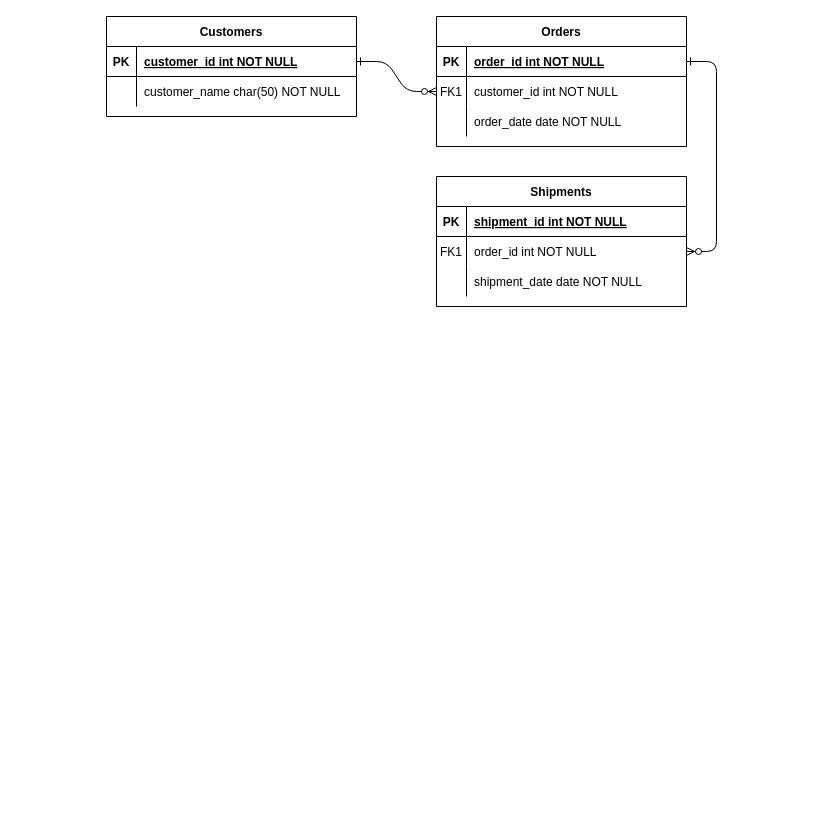
This is page "Page-1" (1 of 2) of Untitled Diagram.drawio from AllisonWChoy/BF768-FIADBProject, a draw.io file, before an edit. Source tidied: cells renumbered, new cells numbered last; positions are measured from the earlier drawing's top-left corner, leaving out a move shared by most shapes. Both pictures are drawn from the tidied source at 100%, with x=0, y=0 at pixel (106, 16).
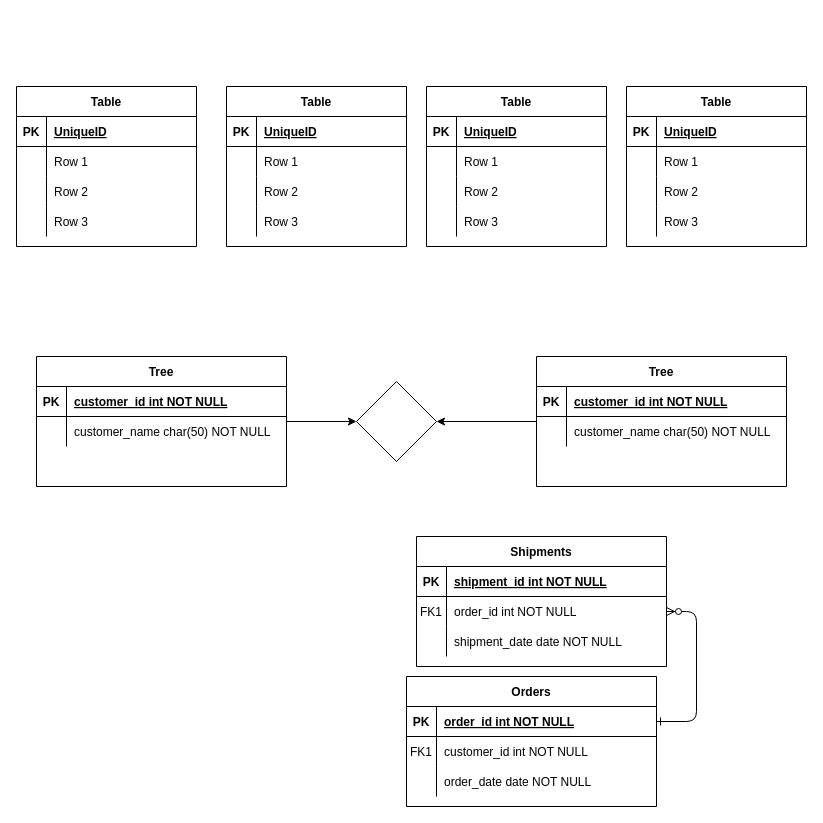
The same diagram, later.

The change refers to these unchanged cells:
```xml
<mxCell id="8" style="shape=partialRectangle;fillColor=none;points=[[0,0.5],[1,0.5]];portConstraint=eastwest;top=0;left=0;right=0;bottom=0;" parent="4" vertex="1">
  <mxGeometry y="60" width="250" height="30" as="geometry" />
</mxCell>
<mxCell id="25" style="shape=partialRectangle;fillColor=none;points=[[0,0.5],[1,0.5]];portConstraint=eastwest;top=0;left=0;right=0;bottom=1;" parent="24" vertex="1">
  <mxGeometry y="30" width="250" height="30" as="geometry" />
</mxCell>
```

What changed in the source:
```diff
@@
-    <mxCell id="2" style="edgeStyle=entityRelationEdgeStyle;endArrow=ERzeroToMany;startArrow=ERone;endFill=1;startFill=0;" parent="1" edge="1" source="25" target="8">
-      <mxGeometry relative="1" as="geometry" />
-    </mxCell>
@@
     <mxCell id="4" value="Orders" style="shape=table;startSize=30;childLayout=tableLayout;rowLines=0;fontStyle=1;align=center;" parent="1" vertex="1">
-      <mxGeometry x="330" width="250" height="130" as="geometry" />
+      <mxGeometry x="300" y="660" width="250" height="130" as="geometry" />
     </mxCell>
@@
     <mxCell id="14" value="Shipments" style="shape=table;startSize=30;childLayout=tableLayout;rowLines=0;fontStyle=1;align=center;" parent="1" vertex="1">
-      <mxGeometry x="330" y="160" width="250" height="130" as="geometry" />
+      <mxGeometry x="310" y="520" width="250" height="130" as="geometry" />
     </mxCell>
@@
+    <mxCell id="31" style="edgeStyle=orthogonalEdgeStyle;rounded=0;jettySize=auto;html=1;" parent="1" edge="1" source="24" target="32">
+      <mxGeometry relative="1" as="geometry" />
+    </mxCell>
-    <mxCell id="24" value="Customers" style="shape=table;startSize=30;childLayout=tableLayout;rowLines=0;fontStyle=1;align=center;" parent="1" vertex="1">
-      <mxGeometry width="250" height="100" as="geometry" />
+    <mxCell id="24" value="Tree" style="shape=table;startSize=30;childLayout=tableLayout;rowLines=0;fontStyle=1;align=center;" parent="1" vertex="1">
+      <mxGeometry x="-70" y="340" width="250" height="130" as="geometry" />
     </mxCell>
@@
+    <mxCell id="32" style="rhombus;whiteSpace=wrap;html=1;startSize=30;fontStyle=1;" parent="1" vertex="1">
+      <mxGeometry x="250" y="365" width="80" height="80" as="geometry" />
+    </mxCell>
+    <mxCell id="33" value="Tree" style="shape=table;startSize=30;childLayout=tableLayout;rowLines=0;fontStyle=1;align=center;" parent="1" vertex="1">
+      <mxGeometry x="430" y="340" width="250" height="130" as="geometry" />
+    </mxCell>
+    <mxCell id="34" style="shape=partialRectangle;fillColor=none;top=0;left=0;right=0;bottom=1;" parent="33" vertex="1">
+      <mxGeometry y="30" width="250" height="30" as="geometry" />
+    </mxCell>
+    <mxCell id="35" value="PK" style="shape=partialRectangle;overflow=hidden;fillColor=none;top=0;left=0;bottom=0;right=0;fontStyle=1;" parent="34" vertex="1">
+      <mxGeometry width="30" height="30" as="geometry" />
+    </mxCell>
+    <mxCell id="36" value="customer_id int NOT NULL " style="shape=partialRectangle;overflow=hidden;fillColor=none;top=0;left=0;bottom=0;right=0;align=left;spacingLeft=6;fontStyle=5;" parent="34" vertex="1">
+      <mxGeometry x="30" width="220" height="30" as="geometry" />
+    </mxCell>
+    <mxCell id="37" style="shape=partialRectangle;fillColor=none;points=[[0,0.5],[1,0.5]];portConstraint=eastwest;top=0;left=0;right=0;bottom=0;" parent="33" vertex="1">
+      <mxGeometry y="60" width="250" height="30" as="geometry" />
+    </mxCell>
+    <mxCell id="38" style="shape=partialRectangle;overflow=hidden;fillColor=none;top=0;left=0;bottom=0;right=0;" parent="37" vertex="1">
+      <mxGeometry width="30" height="30" as="geometry" />
+    </mxCell>
+    <mxCell id="39" value="customer_name char(50) NOT NULL" style="shape=partialRectangle;overflow=hidden;fillColor=none;top=0;left=0;bottom=0;right=0;align=left;spacingLeft=6;" parent="37" vertex="1">
+      <mxGeometry x="30" width="220" height="30" as="geometry" />
+    </mxCell>
+    <mxCell id="40" style="edgeStyle=orthogonalEdgeStyle;rounded=0;jettySize=auto;html=1;exitX=0;exitY=0.5;exitDx=0;exitDy=0;entryX=1;entryY=0.5;entryDx=0;entryDy=0;" parent="1" edge="1" source="37" target="32">
+      <mxGeometry relative="1" as="geometry">
+        <Array as="points">
+          <mxPoint x="430" y="405" />
+        </Array>
+      </mxGeometry>
+    </mxCell>
+    <mxCell id="41" value="Table" style="shape=table;startSize=30;childLayout=tableLayout;rowLines=0;fontStyle=1;align=center;" parent="1" vertex="1">
+      <mxGeometry x="-90" y="70" width="180" height="160" as="geometry" />
+    </mxCell>
+    <mxCell id="42" style="shape=tableRow;horizontal=0;startSize=0;swimlaneHead=0;swimlaneBody=0;fillColor=none;top=0;left=0;right=0;bottom=1;" parent="41" vertex="1">
+      <mxGeometry y="30" width="180" height="30" as="geometry" />
+    </mxCell>
+    <mxCell id="43" value="PK" style="shape=partialRectangle;fillColor=none;top=0;left=0;bottom=0;right=0;fontStyle=1;overflow=hidden;" parent="42" vertex="1">
+      <mxGeometry width="30" height="30" as="geometry" />
+    </mxCell>
+    <mxCell id="44" value="UniqueID" style="shape=partialRectangle;fillColor=none;top=0;left=0;bottom=0;right=0;align=left;spacingLeft=6;fontStyle=5;overflow=hidden;" parent="42" vertex="1">
+      <mxGeometry x="30" width="150" height="30" as="geometry" />
+    </mxCell>
+    <mxCell id="45" style="shape=tableRow;horizontal=0;startSize=0;swimlaneHead=0;swimlaneBody=0;fillColor=none;top=0;left=0;right=0;bottom=0;" parent="41" vertex="1">
+      <mxGeometry y="60" width="180" height="30" as="geometry" />
+    </mxCell>
+    <mxCell id="46" style="shape=partialRectangle;fillColor=none;top=0;left=0;bottom=0;right=0;overflow=hidden;" parent="45" vertex="1">
+      <mxGeometry width="30" height="30" as="geometry" />
+    </mxCell>
+    <mxCell id="47" value="Row 1" style="shape=partialRectangle;fillColor=none;top=0;left=0;bottom=0;right=0;align=left;spacingLeft=6;overflow=hidden;" parent="45" vertex="1">
+      <mxGeometry x="30" width="150" height="30" as="geometry" />
+    </mxCell>
+    <mxCell id="48" style="shape=tableRow;horizontal=0;startSize=0;swimlaneHead=0;swimlaneBody=0;fillColor=none;top=0;left=0;right=0;bottom=0;" parent="41" vertex="1">
+      <mxGeometry y="90" width="180" height="30" as="geometry" />
+    </mxCell>
+    <mxCell id="49" style="shape=partialRectangle;fillColor=none;top=0;left=0;bottom=0;right=0;overflow=hidden;" parent="48" vertex="1">
+      <mxGeometry width="30" height="30" as="geometry" />
+    </mxCell>
+    <mxCell id="50" value="Row 2" style="shape=partialRectangle;fillColor=none;top=0;left=0;bottom=0;right=0;align=left;spacingLeft=6;overflow=hidden;" parent="48" vertex="1">
+      <mxGeometry x="30" width="150" height="30" as="geometry" />
+    </mxCell>
+    <mxCell id="51" style="shape=tableRow;horizontal=0;startSize=0;swimlaneHead=0;swimlaneBody=0;fillColor=none;top=0;left=0;right=0;bottom=0;" parent="41" vertex="1">
+      <mxGeometry y="120" width="180" height="30" as="geometry" />
+    </mxCell>
+    <mxCell id="52" style="shape=partialRectangle;fillColor=none;top=0;left=0;bottom=0;right=0;overflow=hidden;" parent="51" vertex="1">
+      <mxGeometry width="30" height="30" as="geometry" />
+    </mxCell>
+    <mxCell id="53" value="Row 3" style="shape=partialRectangle;fillColor=none;top=0;left=0;bottom=0;right=0;align=left;spacingLeft=6;overflow=hidden;" parent="51" vertex="1">
+      <mxGeometry x="30" width="150" height="30" as="geometry" />
+    </mxCell>
+    <mxCell id="54" value="Table" style="shape=table;startSize=30;childLayout=tableLayout;rowLines=0;fontStyle=1;align=center;" parent="1" vertex="1">
+      <mxGeometry x="120" y="70" width="180" height="160" as="geometry" />
+    </mxCell>
+    <mxCell id="55" style="shape=tableRow;horizontal=0;startSize=0;swimlaneHead=0;swimlaneBody=0;fillColor=none;top=0;left=0;right=0;bottom=1;" parent="54" vertex="1">
+      <mxGeometry y="30" width="180" height="30" as="geometry" />
+    </mxCell>
+    <mxCell id="56" value="PK" style="shape=partialRectangle;fillColor=none;top=0;left=0;bottom=0;right=0;fontStyle=1;overflow=hidden;" parent="55" vertex="1">
+      <mxGeometry width="30" height="30" as="geometry" />
+    </mxCell>
+    <mxCell id="57" value="UniqueID" style="shape=partialRectangle;fillColor=none;top=0;left=0;bottom=0;right=0;align=left;spacingLeft=6;fontStyle=5;overflow=hidden;" parent="55" vertex="1">
+      <mxGeometry x="30" width="150" height="30" as="geometry" />
+    </mxCell>
+    <mxCell id="58" style="shape=tableRow;horizontal=0;startSize=0;swimlaneHead=0;swimlaneBody=0;fillColor=none;top=0;left=0;right=0;bottom=0;" parent="54" vertex="1">
+      <mxGeometry y="60" width="180" height="30" as="geometry" />
+    </mxCell>
+    <mxCell id="59" style="shape=partialRectangle;fillColor=none;top=0;left=0;bottom=0;right=0;overflow=hidden;" parent="58" vertex="1">
+      <mxGeometry width="30" height="30" as="geometry" />
+    </mxCell>
+    <mxCell id="60" value="Row 1" style="shape=partialRectangle;fillColor=none;top=0;left=0;bottom=0;right=0;align=left;spacingLeft=6;overflow=hidden;" parent="58" vertex="1">
+      <mxGeometry x="30" width="150" height="30" as="geometry" />
+    </mxCell>
+    <mxCell id="61" style="shape=tableRow;horizontal=0;startSize=0;swimlaneHead=0;swimlaneBody=0;fillColor=none;top=0;left=0;right=0;bottom=0;" parent="54" vertex="1">
+      <mxGeometry y="90" width="180" height="30" as="geometry" />
+    </mxCell>
+    <mxCell id="62" style="shape=partialRectangle;fillColor=none;top=0;left=0;bottom=0;right=0;overflow=hidden;" parent="61" vertex="1">
+      <mxGeometry width="30" height="30" as="geometry" />
+    </mxCell>
+    <mxCell id="63" value="Row 2" style="shape=partialRectangle;fillColor=none;top=0;left=0;bottom=0;right=0;align=left;spacingLeft=6;overflow=hidden;" parent="61" vertex="1">
+      <mxGeometry x="30" width="150" height="30" as="geometry" />
+    </mxCell>
+    <mxCell id="64" style="shape=tableRow;horizontal=0;startSize=0;swimlaneHead=0;swimlaneBody=0;fillColor=none;top=0;left=0;right=0;bottom=0;" parent="54" vertex="1">
+      <mxGeometry y="120" width="180" height="30" as="geometry" />
+    </mxCell>
+    <mxCell id="65" style="shape=partialRectangle;fillColor=none;top=0;left=0;bottom=0;right=0;overflow=hidden;" parent="64" vertex="1">
+      <mxGeometry width="30" height="30" as="geometry" />
+    </mxCell>
+    <mxCell id="66" value="Row 3" style="shape=partialRectangle;fillColor=none;top=0;left=0;bottom=0;right=0;align=left;spacingLeft=6;overflow=hidden;" parent="64" vertex="1">
+      <mxGeometry x="30" width="150" height="30" as="geometry" />
+    </mxCell>
+    <mxCell id="67" value="Table" style="shape=table;startSize=30;childLayout=tableLayout;rowLines=0;fontStyle=1;align=center;" parent="1" vertex="1">
+      <mxGeometry x="320" y="70" width="180" height="160" as="geometry" />
+    </mxCell>
+    <mxCell id="68" style="shape=tableRow;horizontal=0;startSize=0;swimlaneHead=0;swimlaneBody=0;fillColor=none;top=0;left=0;right=0;bottom=1;" parent="67" vertex="1">
+      <mxGeometry y="30" width="180" height="30" as="geometry" />
+    </mxCell>
+    <mxCell id="69" value="PK" style="shape=partialRectangle;fillColor=none;top=0;left=0;bottom=0;right=0;fontStyle=1;overflow=hidden;" parent="68" vertex="1">
+      <mxGeometry width="30" height="30" as="geometry" />
+    </mxCell>
+    <mxCell id="70" value="UniqueID" style="shape=partialRectangle;fillColor=none;top=0;left=0;bottom=0;right=0;align=left;spacingLeft=6;fontStyle=5;overflow=hidden;" parent="68" vertex="1">
+      <mxGeometry x="30" width="150" height="30" as="geometry" />
+    </mxCell>
+    <mxCell id="71" style="shape=tableRow;horizontal=0;startSize=0;swimlaneHead=0;swimlaneBody=0;fillColor=none;top=0;left=0;right=0;bottom=0;" parent="67" vertex="1">
+      <mxGeometry y="60" width="180" height="30" as="geometry" />
+    </mxCell>
+    <mxCell id="72" style="shape=partialRectangle;fillColor=none;top=0;left=0;bottom=0;right=0;overflow=hidden;" parent="71" vertex="1">
+      <mxGeometry width="30" height="30" as="geometry" />
+    </mxCell>
+    <mxCell id="73" value="Row 1" style="shape=partialRectangle;fillColor=none;top=0;left=0;bottom=0;right=0;align=left;spacingLeft=6;overflow=hidden;" parent="71" vertex="1">
+      <mxGeometry x="30" width="150" height="30" as="geometry" />
+    </mxCell>
+    <mxCell id="74" style="shape=tableRow;horizontal=0;startSize=0;swimlaneHead=0;swimlaneBody=0;fillColor=none;top=0;left=0;right=0;bottom=0;" parent="67" vertex="1">
+      <mxGeometry y="90" width="180" height="30" as="geometry" />
+    </mxCell>
+    <mxCell id="75" style="shape=partialRectangle;fillColor=none;top=0;left=0;bottom=0;right=0;overflow=hidden;" parent="74" vertex="1">
+      <mxGeometry width="30" height="30" as="geometry" />
+    </mxCell>
+    <mxCell id="76" value="Row 2" style="shape=partialRectangle;fillColor=none;top=0;left=0;bottom=0;right=0;align=left;spacingLeft=6;overflow=hidden;" parent="74" vertex="1">
+      <mxGeometry x="30" width="150" height="30" as="geometry" />
+    </mxCell>
+    <mxCell id="77" style="shape=tableRow;horizontal=0;startSize=0;swimlaneHead=0;swimlaneBody=0;fillColor=none;top=0;left=0;right=0;bottom=0;" parent="67" vertex="1">
+      <mxGeometry y="120" width="180" height="30" as="geometry" />
+    </mxCell>
+    <mxCell id="78" style="shape=partialRectangle;fillColor=none;top=0;left=0;bottom=0;right=0;overflow=hidden;" parent="77" vertex="1">
+      <mxGeometry width="30" height="30" as="geometry" />
+    </mxCell>
+    <mxCell id="79" value="Row 3" style="shape=partialRectangle;fillColor=none;top=0;left=0;bottom=0;right=0;align=left;spacingLeft=6;overflow=hidden;" parent="77" vertex="1">
+      <mxGeometry x="30" width="150" height="30" as="geometry" />
+    </mxCell>
+    <mxCell id="80" value="Table" style="shape=table;startSize=30;childLayout=tableLayout;rowLines=0;fontStyle=1;align=center;" parent="1" vertex="1">
+      <mxGeometry x="520" y="70" width="180" height="160" as="geometry" />
+    </mxCell>
+    <mxCell id="81" style="shape=tableRow;horizontal=0;startSize=0;swimlaneHead=0;swimlaneBody=0;fillColor=none;top=0;left=0;right=0;bottom=1;" parent="80" vertex="1">
+      <mxGeometry y="30" width="180" height="30" as="geometry" />
+    </mxCell>
+    <mxCell id="82" value="PK" style="shape=partialRectangle;fillColor=none;top=0;left=0;bottom=0;right=0;fontStyle=1;overflow=hidden;" parent="81" vertex="1">
+      <mxGeometry width="30" height="30" as="geometry" />
+    </mxCell>
+    <mxCell id="83" value="UniqueID" style="shape=partialRectangle;fillColor=none;top=0;left=0;bottom=0;right=0;align=left;spacingLeft=6;fontStyle=5;overflow=hidden;" parent="81" vertex="1">
+      <mxGeometry x="30" width="150" height="30" as="geometry" />
+    </mxCell>
+    <mxCell id="84" style="shape=tableRow;horizontal=0;startSize=0;swimlaneHead=0;swimlaneBody=0;fillColor=none;top=0;left=0;right=0;bottom=0;" parent="80" vertex="1">
+      <mxGeometry y="60" width="180" height="30" as="geometry" />
+    </mxCell>
+    <mxCell id="85" style="shape=partialRectangle;fillColor=none;top=0;left=0;bottom=0;right=0;overflow=hidden;" parent="84" vertex="1">
+      <mxGeometry width="30" height="30" as="geometry" />
+    </mxCell>
+    <mxCell id="86" value="Row 1" style="shape=partialRectangle;fillColor=none;top=0;left=0;bottom=0;right=0;align=left;spacingLeft=6;overflow=hidden;" parent="84" vertex="1">
+      <mxGeometry x="30" width="150" height="30" as="geometry" />
+    </mxCell>
+    <mxCell id="87" style="shape=tableRow;horizontal=0;startSize=0;swimlaneHead=0;swimlaneBody=0;fillColor=none;top=0;left=0;right=0;bottom=0;" parent="80" vertex="1">
+      <mxGeometry y="90" width="180" height="30" as="geometry" />
+    </mxCell>
+    <mxCell id="88" style="shape=partialRectangle;fillColor=none;top=0;left=0;bottom=0;right=0;overflow=hidden;" parent="87" vertex="1">
+      <mxGeometry width="30" height="30" as="geometry" />
+    </mxCell>
+    <mxCell id="89" value="Row 2" style="shape=partialRectangle;fillColor=none;top=0;left=0;bottom=0;right=0;align=left;spacingLeft=6;overflow=hidden;" parent="87" vertex="1">
+      <mxGeometry x="30" width="150" height="30" as="geometry" />
+    </mxCell>
+    <mxCell id="90" style="shape=tableRow;horizontal=0;startSize=0;swimlaneHead=0;swimlaneBody=0;fillColor=none;top=0;left=0;right=0;bottom=0;" parent="80" vertex="1">
+      <mxGeometry y="120" width="180" height="30" as="geometry" />
+    </mxCell>
+    <mxCell id="91" style="shape=partialRectangle;fillColor=none;top=0;left=0;bottom=0;right=0;overflow=hidden;" parent="90" vertex="1">
+      <mxGeometry width="30" height="30" as="geometry" />
+    </mxCell>
+    <mxCell id="92" value="Row 3" style="shape=partialRectangle;fillColor=none;top=0;left=0;bottom=0;right=0;align=left;spacingLeft=6;overflow=hidden;" parent="90" vertex="1">
+      <mxGeometry x="30" width="150" height="30" as="geometry" />
+    </mxCell>
```
